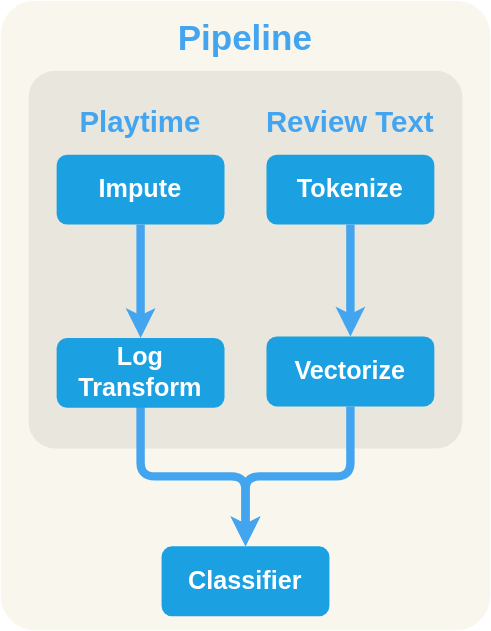
The draw.io diagram diagrams/pipeline.drawio.svg in KhaledElmorsy/game-review-classifier, before a commit. Source tidied: cells renumbered, new cells last; positions are measured from the earlier drawing's top-left corner, leaving out a move shared by most shapes.
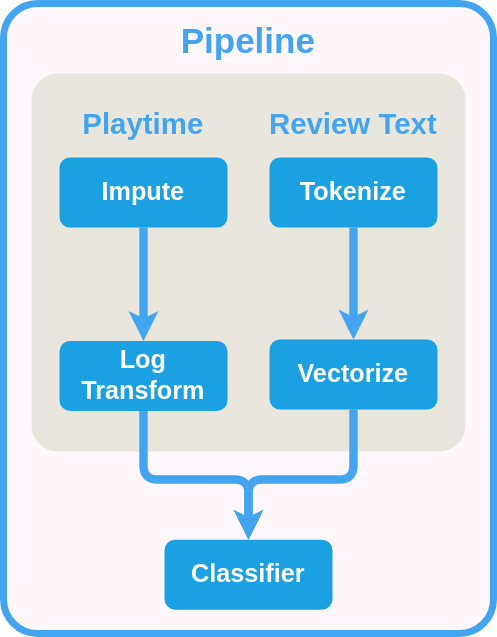
The same file after the commit.

What changed in the source:
```diff
@@ -2,14 +2,14 @@
   <root>
     <mxCell id="0" />
     <mxCell id="1" parent="0" />
-    <mxCell id="2" style="rounded=1;whiteSpace=wrap;html=1;arcSize=7;fillColor=#f9f7ed;strokeColor=none;" parent="1" vertex="1">
+    <mxCell id="2" style="rounded=1;whiteSpace=wrap;html=1;arcSize=7;fillColor=#FFF7FB;strokeColor=#43A5F0;strokeWidth=5;" parent="1" vertex="1">
       <mxGeometry width="350" height="450" as="geometry" />
     </mxCell>
     <mxCell id="3" style="rounded=1;whiteSpace=wrap;html=1;arcSize=7;fillColor=#E8E6DD;strokeColor=none;" parent="1" vertex="1">
       <mxGeometry x="20" y="50" width="310" height="270" as="geometry" />
     </mxCell>
     <mxCell id="4" value="&lt;h3 style=&quot;font-size: 18px&quot;&gt;&lt;font style=&quot;font-size: 18px&quot;&gt;Classifier&lt;/font&gt;&lt;/h3&gt;" style="rounded=1;whiteSpace=wrap;html=1;fontFamily=Helvetica;fontSize=18;fontColor=#ffffff;align=center;strokeColor=none;fillColor=#1ba1e2;" parent="1" vertex="1">
-      <mxGeometry x="115" y="390" width="120" height="50" as="geometry" />
+      <mxGeometry x="115" y="383" width="120" height="50" as="geometry" />
     </mxCell>
     <mxCell id="5" style="edgeStyle=segmentEdgeStyle;endArrow=classic;html=1;fontFamily=Helvetica;fontSize=26;fontColor=#43A5F0;align=center;endSize=2;strokeColor=#43A5F0;fillColor=#2A2A2A;entryX=0.5;entryY=0;entryDx=0;entryDy=0;strokeWidth=6;startSize=4;" parent="1" edge="1" target="4">
       <mxGeometry relative="1" as="geometry">
```
